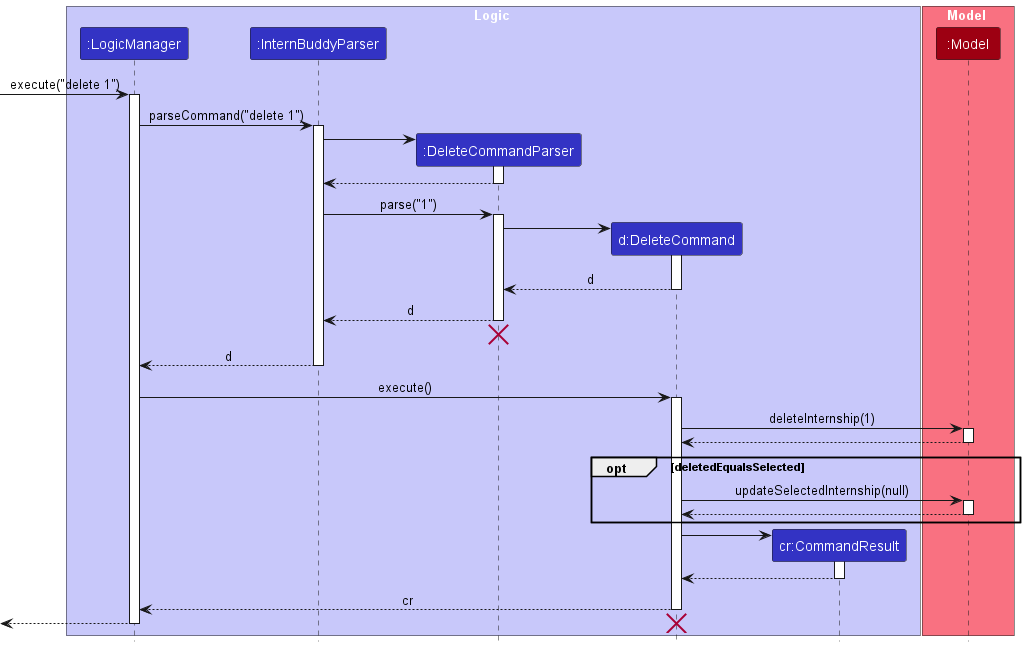
The PlantUML diagram docs/images/DeleteSequenceDiagram.png in nus-cs2103-AY2223S2/tp, before a commit.
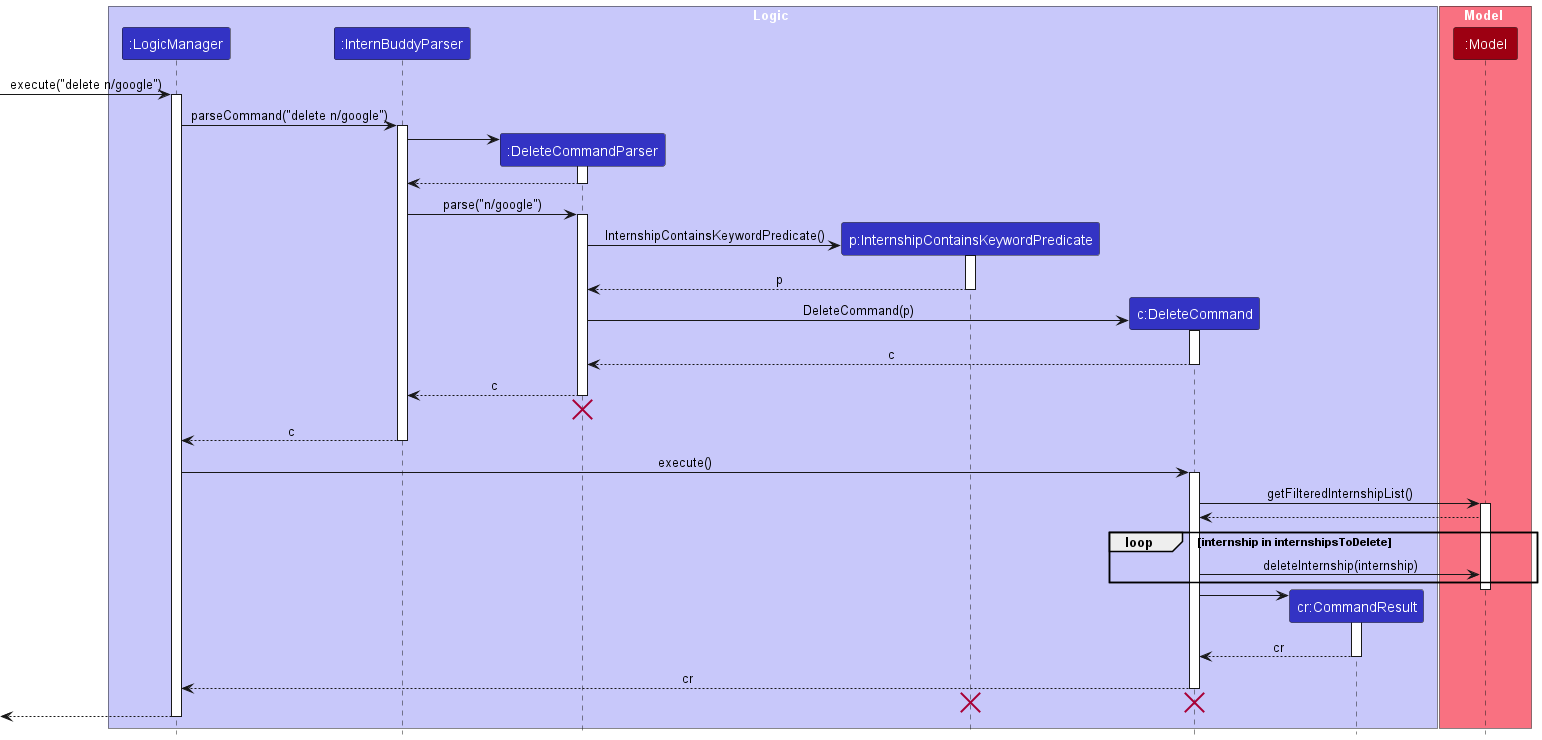
Later version of the same file.

What changed in the source:
```diff
@@ -5,7 +5,8 @@
 participant ":LogicManager" as LogicManager LOGIC_COLOR
 participant ":InternBuddyParser" as InternBuddyParser LOGIC_COLOR
 participant ":DeleteCommandParser" as DeleteCommandParser LOGIC_COLOR
-participant "d:DeleteCommand" as DeleteCommand LOGIC_COLOR
+participant "p:InternshipContainsKeywordPredicate" as InternshipContainsKeywordPredicate LOGIC_COLOR
+participant "c:DeleteCommand" as DeleteCommand LOGIC_COLOR
 participant "cr:CommandResult" as CommandResult LOGIC_COLOR
 end box
 
@@ -13,10 +14,10 @@
 participant ":Model" as Model MODEL_COLOR
 end box
 
-[-> LogicManager : execute("delete 1")
+[-> LogicManager : execute("delete n/google")
 activate LogicManager
 
-LogicManager -> InternBuddyParser : parseCommand("delete 1")
+LogicManager -> InternBuddyParser : parseCommand("delete n/google")
 activate InternBuddyParser
 
 create DeleteCommandParser
@@ -26,53 +27,59 @@
 DeleteCommandParser --> InternBuddyParser
 deactivate DeleteCommandParser
 
-InternBuddyParser -> DeleteCommandParser : parse("1")
+InternBuddyParser -> DeleteCommandParser : parse("n/google")
 activate DeleteCommandParser
 
+create InternshipContainsKeywordPredicate
+DeleteCommandParser -> InternshipContainsKeywordPredicate : InternshipContainsKeywordPredicate()
+activate InternshipContainsKeywordPredicate
+
+InternshipContainsKeywordPredicate --> DeleteCommandParser : p
+deactivate InternshipContainsKeywordPredicate
+
 create DeleteCommand
-DeleteCommandParser -> DeleteCommand
+DeleteCommandParser -> DeleteCommand : DeleteCommand(p)
 activate DeleteCommand
 
-DeleteCommand --> DeleteCommandParser : d
+DeleteCommand --> DeleteCommandParser : c
 deactivate DeleteCommand
 
-DeleteCommandParser --> InternBuddyParser : d
+DeleteCommandParser --> InternBuddyParser : c
 deactivate DeleteCommandParser
 DeleteCommandParser -[hidden]-> InternBuddyParser
 destroy DeleteCommandParser
 
-InternBuddyParser --> LogicManager : d
+InternBuddyParser --> LogicManager : c
 deactivate InternBuddyParser
 
 LogicManager -> DeleteCommand : execute()
 activate DeleteCommand
 
-DeleteCommand -> Model : deleteInternship(1)
+DeleteCommand -> Model : getFilteredInternshipList()
 activate Model
 
 Model --> DeleteCommand
+
+loop internship in internshipsToDelete
+    DeleteCommand -> Model: deleteInternship(internship)
+end
+
 deactivate Model
-
-opt deletedEqualsSelected
-    DeleteCommand -> Model : updateSelectedInternship(null)
-    activate Model
-
-    Model --> DeleteCommand
-    deactivate Model
-end
 
 create CommandResult
 DeleteCommand -> CommandResult
 activate CommandResult
 
-CommandResult --> DeleteCommand
+CommandResult --> DeleteCommand : cr
 deactivate CommandResult
 
 DeleteCommand --> LogicManager : cr
 deactivate DeleteCommand
+DeleteCommand -[hidden]-> LogicManager
+destroy DeleteCommand
 
+destroy InternshipContainsKeywordPredicate
 
 [<--LogicManager
-destroy DeleteCommand
 deactivate LogicManager
 @enduml
```
